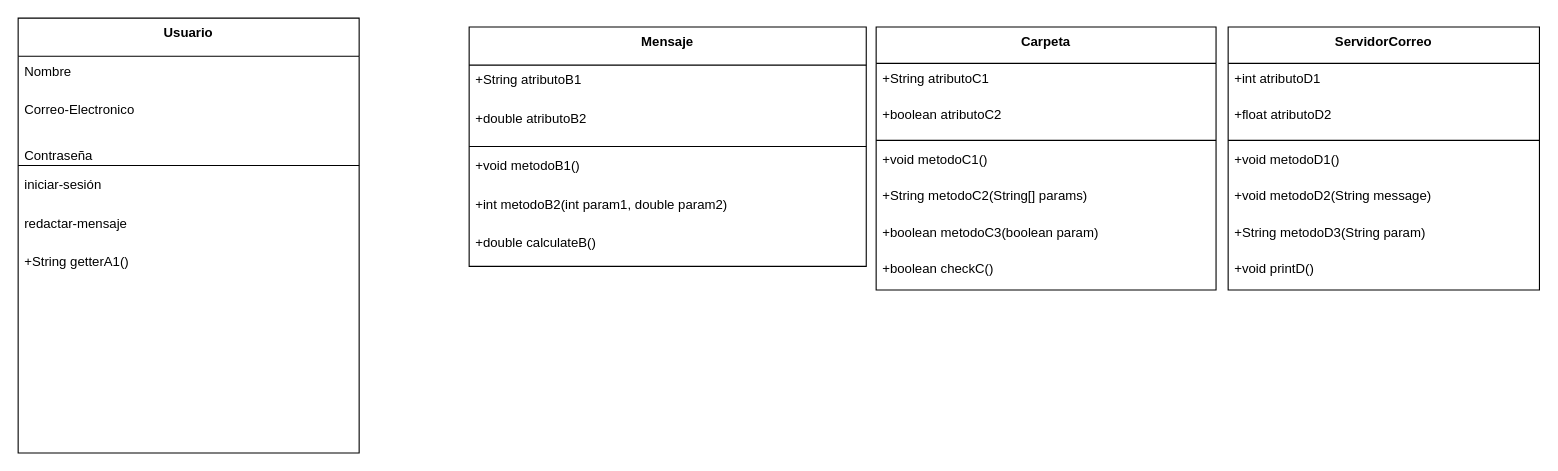
Earlier version of the draw.io diagram Diagrama sin título.drawio (TomyGrace/Tp-Correo). Source tidied: cells renumbered, new cells numbered last; positions are measured from the earlier drawing's top-left corner, leaving out a move shared by most shapes. Both pictures are drawn from the tidied source at 110%, with x=0, y=0 at pixel (18, 18).
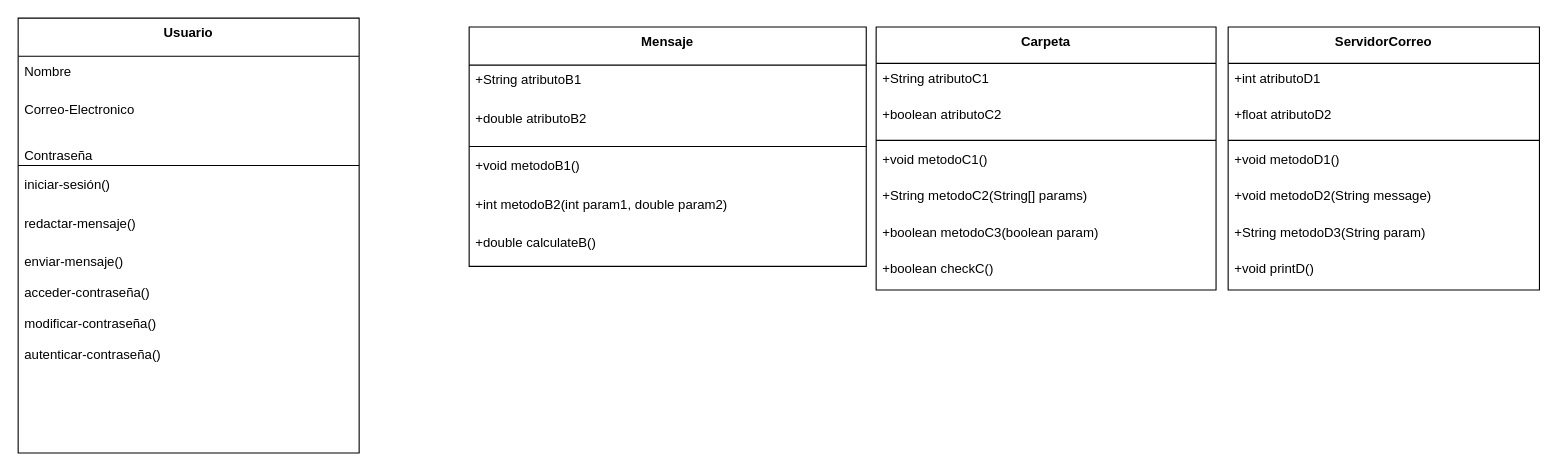
Above is the later version.

The change refers to these unchanged cells:
```xml
<mxCell id="2" value="Usuario" style="swimlane;fontStyle=1;align=center;verticalAlign=top;horizontal=1;startSize=34.666666666666664;" parent="1" vertex="1">
  <mxGeometry width="310" height="395.3" as="geometry" />
</mxCell>
```

What changed in the source:
```diff
@@
-    <mxCell id="6" value="iniciar-sesión" style="text;strokeColor=none;fillColor=none;align=left;verticalAlign=top;spacingLeft=4;spacingRight=4;overflow=hidden;" parent="2" vertex="1">
+    <mxCell id="6" value="iniciar-sesión()" style="text;strokeColor=none;fillColor=none;align=left;verticalAlign=top;spacingLeft=4;spacingRight=4;overflow=hidden;" parent="2" vertex="1">
       <mxGeometry y="138" width="310" height="35" as="geometry" />
     </mxCell>
-    <mxCell id="7" value="redactar-mensaje" style="text;strokeColor=none;fillColor=none;align=left;verticalAlign=top;spacingLeft=4;spacingRight=4;overflow=hidden;" parent="2" vertex="1">
+    <mxCell id="7" value="redactar-mensaje()" style="text;strokeColor=none;fillColor=none;align=left;verticalAlign=top;spacingLeft=4;spacingRight=4;overflow=hidden;" parent="2" vertex="1">
       <mxGeometry y="173" width="310" height="35" as="geometry" />
     </mxCell>
-    <mxCell id="8" value="+String getterA1()" style="text;strokeColor=none;fillColor=none;align=left;verticalAlign=top;spacingLeft=4;spacingRight=4;overflow=hidden;" parent="2" vertex="1">
+    <mxCell id="8" value="enviar-mensaje()&#10;&#10;acceder-contraseña()&#10;&#10;modificar-contraseña()&#10;&#10;autenticar-contraseña()" style="text;strokeColor=none;fillColor=none;align=left;verticalAlign=top;spacingLeft=4;spacingRight=4;overflow=hidden;" parent="2" vertex="1">
       <mxGeometry y="208" width="310" height="187.3" as="geometry" />
     </mxCell>
```
